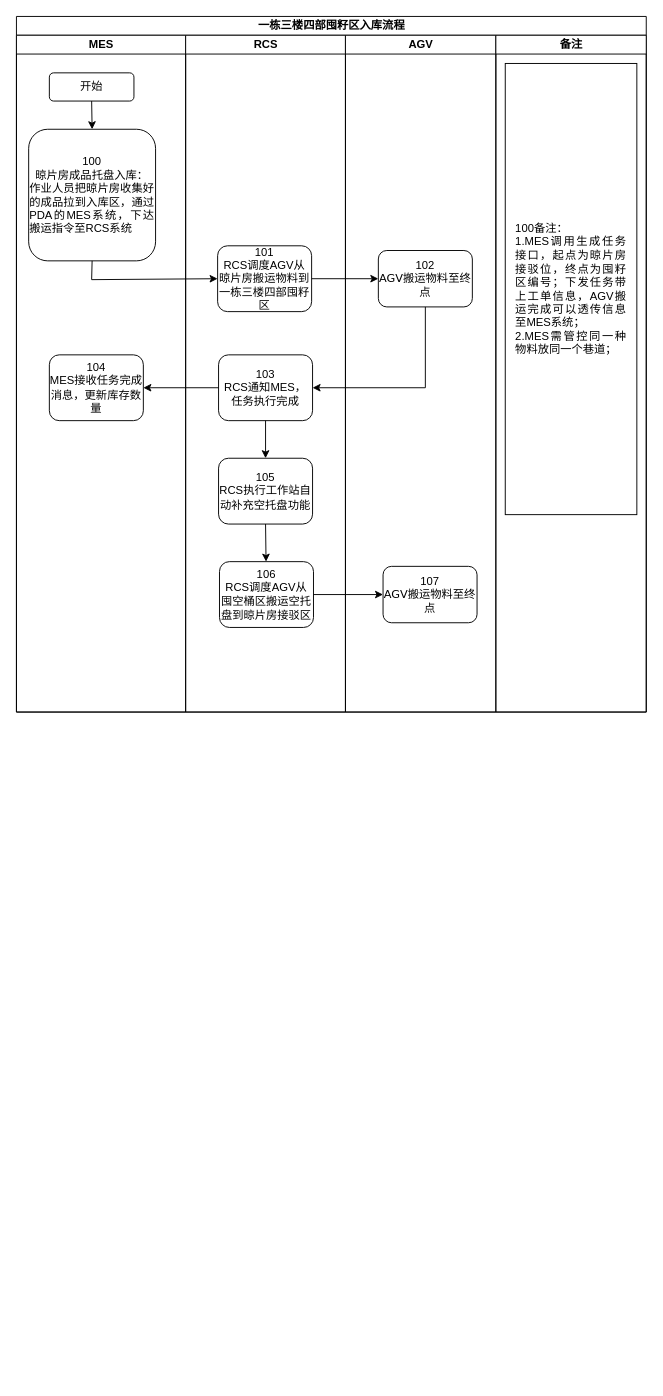
This is page "一栋三楼四部囤籽区入库流程" (8 of 18) of data/伍子醉-无MES业务流程图.drawio from chenyanxi/hosts, a draw.io file, before an edit. Source tidied: cells renumbered, new cells numbered last; positions are measured from the earlier drawing's top-left corner, leaving out a move shared by most shapes. Both pictures are drawn from the tidied source at 94%, with x=0, y=0 at pixel (16, 16).
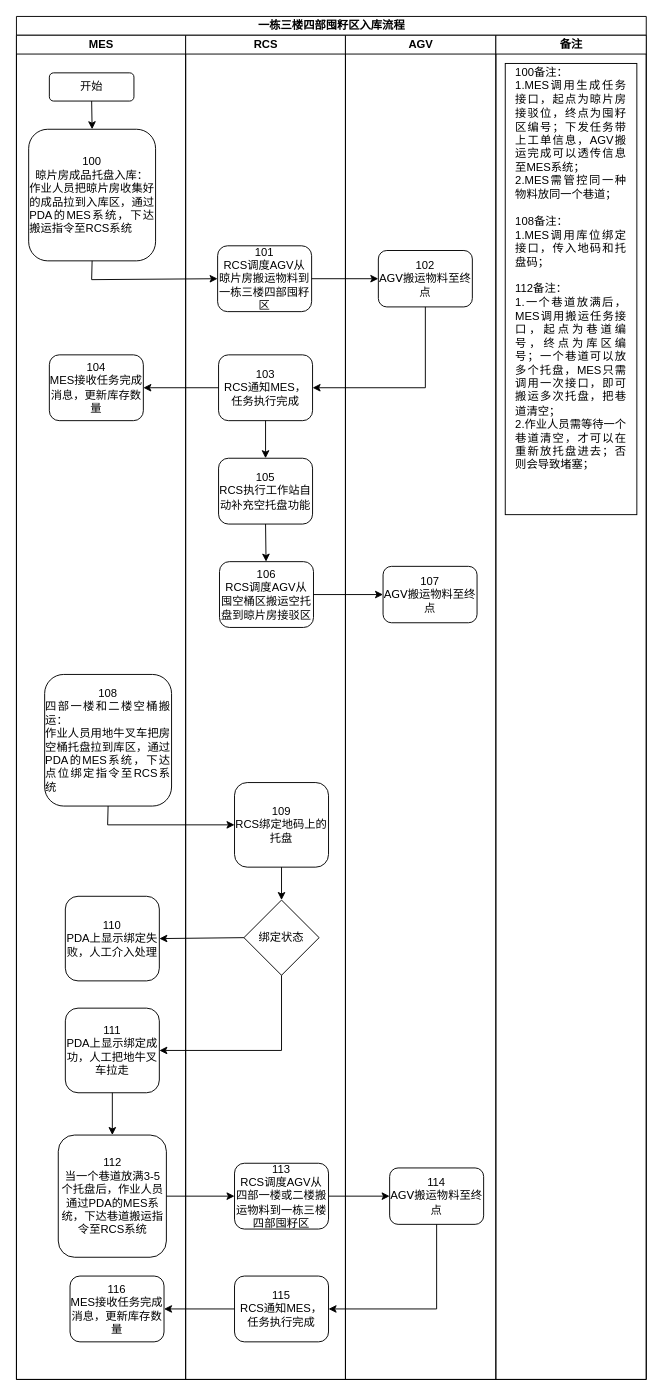
The same diagram, later.

Change to the diagram source:
```diff
@@
     <mxCell id="2" value="&lt;font style=&quot;font-size: 12px;&quot;&gt;一栋三楼四部囤籽区入库流程&lt;/font&gt;" style="swimlane;html=1;startSize=20;rounded=0;shadow=0;labelBackgroundColor=none;strokeWidth=1;fontFamily=Verdana;fontSize=8;align=center;" parent="1" vertex="1">
-      <mxGeometry width="670" height="740" as="geometry" />
+      <mxGeometry width="670" height="1450" as="geometry" />
     </mxCell>
     <mxCell id="3" value="MES" style="swimlane;html=1;startSize=20;" parent="2" vertex="1">
-      <mxGeometry y="20" width="180" height="720" as="geometry" />
+      <mxGeometry y="20" width="180" height="1430" as="geometry" />
     </mxCell>
@@
     <mxCell id="8" value="RCS" style="swimlane;html=1;startSize=20;" parent="2" vertex="1">
-      <mxGeometry x="180" y="20" width="170" height="720" as="geometry" />
+      <mxGeometry x="180" y="20" width="170" height="1430" as="geometry" />
     </mxCell>
@@
     <mxCell id="15" value="AGV" style="swimlane;html=1;startSize=20;" parent="2" vertex="1">
-      <mxGeometry x="350" y="20" width="160" height="720" as="geometry" />
+      <mxGeometry x="350" y="20" width="160" height="1430" as="geometry" />
     </mxCell>
@@
     <mxCell id="18" value="备注" style="swimlane;html=1;startSize=20;" parent="2" vertex="1">
-      <mxGeometry x="510" y="20" width="160" height="720" as="geometry" />
+      <mxGeometry x="510" y="20" width="160" height="1430" as="geometry" />
     </mxCell>
-    <mxCell id="19" value="&lt;div style=&quot;text-align: justify;&quot;&gt;&lt;div&gt;100备注：&lt;/div&gt;&lt;div&gt;1.&lt;span style=&quot;background-color: initial; text-align: center;&quot;&gt;MES调用生成任务接口，起点为晾片房接驳位，终点为囤籽区编号；下发任务带上工单信息，AGV搬运完成可以透传信息至MES系统；&lt;/span&gt;&lt;/div&gt;&lt;div&gt;2.MES需管控同一种物料放同一个巷道；&lt;/div&gt;&lt;/div&gt;" style="rounded=0;whiteSpace=wrap;html=1;spacingTop=5;spacingLeft=10;spacingBottom=5;spacingRight=10;" parent="18" vertex="1">
+    <mxCell id="19" value="&lt;div style=&quot;text-align: justify;&quot;&gt;&lt;div&gt;100备注：&lt;/div&gt;&lt;div&gt;1.&lt;span style=&quot;background-color: initial; text-align: center;&quot;&gt;MES调用生成任务接口，起点为晾片房接驳位，终点为囤籽区编号；下发任务带上工单信息，AGV搬运完成可以透传信息至MES系统；&lt;/span&gt;&lt;/div&gt;&lt;div&gt;2.MES需管控同一种物料放同一个巷道；&lt;/div&gt;&lt;div&gt;&lt;br&gt;&lt;/div&gt;&lt;div&gt;&lt;div&gt;108备注：&lt;/div&gt;&lt;div&gt;1.&lt;span style=&quot;background-color: initial; text-align: center;&quot;&gt;MES调用库位绑定接口，传入地码和托盘码；&lt;/span&gt;&lt;/div&gt;&lt;div&gt;&lt;span style=&quot;background-color: initial; text-align: center;&quot;&gt;&lt;br&gt;&lt;/span&gt;&lt;/div&gt;&lt;div&gt;&lt;span style=&quot;background-color: initial; text-align: center;&quot;&gt;112备注：&lt;/span&gt;&lt;/div&gt;&lt;div&gt;&lt;span style=&quot;background-color: initial; text-align: center;&quot;&gt;1.一个巷道放满后，MES调用搬运任务接口，起点为巷道编号，终点为库区编号；一个巷道可以放多个托盘，MES只需调用一次接口，即可搬运多次托盘，把巷道清空；&lt;/span&gt;&lt;/div&gt;&lt;div&gt;&lt;span style=&quot;background-color: initial; text-align: center;&quot;&gt;2.作业人员需等待一个巷道清空，才可以在重新放托盘进去；否则会导致堵塞；&lt;/span&gt;&lt;/div&gt;&lt;div&gt;&lt;br&gt;&lt;/div&gt;&lt;div&gt;&lt;br&gt;&lt;/div&gt;&lt;div&gt;&lt;br&gt;&lt;/div&gt;&lt;/div&gt;&lt;/div&gt;" style="rounded=0;whiteSpace=wrap;html=1;spacingTop=5;spacingLeft=10;spacingBottom=5;spacingRight=10;" parent="18" vertex="1">
       <mxGeometry x="10" y="30" width="140" height="480" as="geometry" />
     </mxCell>
@@
+    <mxCell id="25" value="&lt;div style=&quot;&quot;&gt;&lt;span style=&quot;font-size: 12px; font-family: Helvetica; background-color: initial;&quot;&gt;108&lt;/span&gt;&lt;/div&gt;&lt;font style=&quot;font-size: 12px;&quot; face=&quot;Helvetica&quot;&gt;&lt;div style=&quot;text-align: justify;&quot;&gt;&lt;span style=&quot;background-color: initial;&quot;&gt;四部一楼和二楼空桶搬运：&lt;/span&gt;&lt;/div&gt;&lt;/font&gt;&lt;div style=&quot;text-align: justify;&quot;&gt;&lt;font style=&quot;font-size: 12px;&quot; face=&quot;Helvetica&quot;&gt;作业人员用地牛叉车把房空桶托盘拉到库区，通过PDA的MES系统，&lt;/font&gt;&lt;span style=&quot;font-family: Helvetica; font-size: 12px; background-color: initial;&quot;&gt;下达点位绑定指令至RCS系统&lt;/span&gt;&lt;/div&gt;" style="rounded=1;whiteSpace=wrap;html=1;shadow=0;labelBackgroundColor=none;strokeWidth=1;fontFamily=Verdana;fontSize=8;align=center;" parent="1" vertex="1">
+      <mxGeometry x="30" y="700" width="135" height="140" as="geometry" />
+    </mxCell>
+    <mxCell id="26" value="&lt;div&gt;&lt;font face=&quot;Helvetica&quot; style=&quot;font-size: 12px;&quot;&gt;112&lt;/font&gt;&lt;/div&gt;&lt;font face=&quot;Helvetica&quot;&gt;&lt;span style=&quot;font-size: 12px;&quot;&gt;当一个巷道放满3-5个托盘后，作业人员&lt;/span&gt;&lt;/font&gt;&lt;font style=&quot;text-align: justify; font-size: 12px;&quot; face=&quot;Helvetica&quot;&gt;通过PDA的MES系统，&lt;/font&gt;&lt;span style=&quot;text-align: justify; background-color: initial; font-family: Helvetica; font-size: 12px;&quot;&gt;下达巷道搬运指令至RCS系统&lt;/span&gt;" style="rounded=1;whiteSpace=wrap;html=1;shadow=0;labelBackgroundColor=none;strokeWidth=1;fontFamily=Verdana;fontSize=8;align=center;" parent="1" vertex="1">
+      <mxGeometry x="44.5" y="1190" width="115" height="130" as="geometry" />
+    </mxCell>
+    <mxCell id="27" value="&lt;font style=&quot;font-size: 12px;&quot; face=&quot;Helvetica&quot;&gt;116&lt;/font&gt;&lt;div&gt;&lt;span style=&quot;font-family: Helvetica; font-size: 12px;&quot;&gt;MES接收任务完成消息，更新库存数量&lt;/span&gt;&lt;/div&gt;" style="rounded=1;whiteSpace=wrap;html=1;shadow=0;labelBackgroundColor=none;strokeWidth=1;fontFamily=Verdana;fontSize=8;align=center;" parent="1" vertex="1">
+      <mxGeometry x="57" y="1340" width="100" height="70" as="geometry" />
+    </mxCell>
+    <mxCell id="28" value="&lt;font style=&quot;font-size: 12px;&quot; face=&quot;Helvetica&quot;&gt;113&lt;/font&gt;&lt;div&gt;&lt;font style=&quot;font-size: 12px;&quot; face=&quot;Helvetica&quot;&gt;RCS调度AGV从四部一楼或二楼搬运物料到一栋三楼四部囤籽区&lt;/font&gt;&lt;/div&gt;" style="rounded=1;whiteSpace=wrap;html=1;shadow=0;labelBackgroundColor=none;strokeWidth=1;fontFamily=Verdana;fontSize=8;align=center;" parent="1" vertex="1">
+      <mxGeometry x="232" y="1220" width="100" height="70" as="geometry" />
+    </mxCell>
+    <mxCell id="29" value="&lt;font style=&quot;font-size: 12px;&quot; face=&quot;Helvetica&quot;&gt;115&lt;/font&gt;&lt;div&gt;&lt;font style=&quot;font-size: 12px;&quot; face=&quot;Helvetica&quot;&gt;RCS通知MES，任务执行完成&lt;/font&gt;&lt;/div&gt;" style="rounded=1;whiteSpace=wrap;html=1;shadow=0;labelBackgroundColor=none;strokeWidth=1;fontFamily=Verdana;fontSize=8;align=center;" parent="1" vertex="1">
+      <mxGeometry x="232" y="1340" width="100" height="70" as="geometry" />
+    </mxCell>
+    <mxCell id="30" value="&lt;font style=&quot;font-size: 12px;&quot; face=&quot;Helvetica&quot;&gt;114&lt;/font&gt;&lt;div&gt;&lt;font style=&quot;font-size: 12px;&quot;&gt;AGV搬运物料至终点&lt;/font&gt;&lt;/div&gt;" style="rounded=1;whiteSpace=wrap;html=1;shadow=0;labelBackgroundColor=none;strokeWidth=1;fontFamily=Verdana;fontSize=8;align=center;" parent="1" vertex="1">
+      <mxGeometry x="397" y="1225" width="100" height="60" as="geometry" />
+    </mxCell>
+    <mxCell id="31" style="endArrow=classic;html=1;rounded=0;exitX=1;exitY=0.5;exitDx=0;exitDy=0;entryX=0;entryY=0.5;entryDx=0;entryDy=0;" parent="1" edge="1" source="26" target="28">
+      <mxGeometry relative="1" as="geometry" />
+    </mxCell>
+    <mxCell id="32" style="endArrow=classic;html=1;rounded=0;exitX=1;exitY=0.5;exitDx=0;exitDy=0;entryX=0;entryY=0.5;entryDx=0;entryDy=0;" parent="1" edge="1" source="28" target="30">
+      <mxGeometry relative="1" as="geometry" />
+    </mxCell>
+    <mxCell id="33" style="endArrow=classic;html=1;rounded=0;exitX=0.5;exitY=1;exitDx=0;exitDy=0;entryX=1;entryY=0.5;entryDx=0;entryDy=0;" parent="1" edge="1" source="30" target="29">
+      <mxGeometry relative="1" as="geometry">
+        <Array as="points">
+          <mxPoint x="447" y="1375" />
+        </Array>
+      </mxGeometry>
+    </mxCell>
+    <mxCell id="34" style="endArrow=classic;html=1;rounded=0;exitX=0;exitY=0.5;exitDx=0;exitDy=0;entryX=1;entryY=0.5;entryDx=0;entryDy=0;" parent="1" edge="1" source="29" target="27">
+      <mxGeometry relative="1" as="geometry" />
+    </mxCell>
+    <mxCell id="35" value="&lt;div&gt;&lt;font face=&quot;Helvetica&quot; style=&quot;font-size: 12px;&quot;&gt;110&lt;/font&gt;&lt;/div&gt;&lt;font face=&quot;Helvetica&quot;&gt;&lt;span style=&quot;font-size: 12px;&quot;&gt;PDA上显示绑定失败，人工介入处理&lt;/span&gt;&lt;/font&gt;" style="rounded=1;whiteSpace=wrap;html=1;shadow=0;labelBackgroundColor=none;strokeWidth=1;fontFamily=Verdana;fontSize=8;align=center;" parent="1" vertex="1">
+      <mxGeometry x="52" y="936" width="100" height="90" as="geometry" />
+    </mxCell>
+    <mxCell id="36" value="&lt;div&gt;&lt;font face=&quot;Helvetica&quot; style=&quot;font-size: 12px;&quot;&gt;111&lt;/font&gt;&lt;/div&gt;&lt;font face=&quot;Helvetica&quot;&gt;&lt;span style=&quot;font-size: 12px;&quot;&gt;PDA上显示绑定成功，人工把地牛叉车拉走&lt;/span&gt;&lt;/font&gt;" style="rounded=1;whiteSpace=wrap;html=1;shadow=0;labelBackgroundColor=none;strokeWidth=1;fontFamily=Verdana;fontSize=8;align=center;" parent="1" vertex="1">
+      <mxGeometry x="52" y="1055" width="100" height="90" as="geometry" />
+    </mxCell>
+    <mxCell id="37" value="&lt;div&gt;&lt;font face=&quot;Helvetica&quot; style=&quot;font-size: 12px;&quot;&gt;109&lt;/font&gt;&lt;/div&gt;&lt;font face=&quot;Helvetica&quot;&gt;&lt;span style=&quot;font-size: 12px;&quot;&gt;RCS绑定地码上的托盘&lt;/span&gt;&lt;/font&gt;" style="rounded=1;whiteSpace=wrap;html=1;shadow=0;labelBackgroundColor=none;strokeWidth=1;fontFamily=Verdana;fontSize=8;align=center;" parent="1" vertex="1">
+      <mxGeometry x="232" y="815" width="100" height="90" as="geometry" />
+    </mxCell>
+    <mxCell id="38" value="绑定状态" style="rhombus;whiteSpace=wrap;html=1;" parent="1" vertex="1">
+      <mxGeometry x="242" y="940" width="80" height="80" as="geometry" />
+    </mxCell>
+    <mxCell id="39" style="endArrow=classic;html=1;rounded=0;entryX=1;entryY=0.5;entryDx=0;entryDy=0;exitX=0.5;exitY=1;exitDx=0;exitDy=0;" parent="1" edge="1" source="38" target="36">
+      <mxGeometry relative="1" as="geometry">
+        <Array as="points">
+          <mxPoint x="282" y="1100" />
+        </Array>
+      </mxGeometry>
+    </mxCell>
+    <mxCell id="40" style="endArrow=classic;html=1;rounded=0;exitX=0;exitY=0.5;exitDx=0;exitDy=0;entryX=1;entryY=0.5;entryDx=0;entryDy=0;" parent="1" edge="1" source="38" target="35">
+      <mxGeometry relative="1" as="geometry" />
+    </mxCell>
+    <mxCell id="41" style="endArrow=classic;html=1;rounded=0;exitX=0.5;exitY=1;exitDx=0;exitDy=0;entryX=0;entryY=0.5;entryDx=0;entryDy=0;" parent="1" edge="1" source="25" target="37">
+      <mxGeometry relative="1" as="geometry">
+        <Array as="points">
+          <mxPoint x="97" y="860" />
+        </Array>
+      </mxGeometry>
+    </mxCell>
+    <mxCell id="42" style="endArrow=classic;html=1;rounded=0;exitX=0.5;exitY=1;exitDx=0;exitDy=0;entryX=0.5;entryY=0;entryDx=0;entryDy=0;" parent="1" edge="1" source="37" target="38">
+      <mxGeometry relative="1" as="geometry" />
+    </mxCell>
+    <mxCell id="43" style="endArrow=classic;html=1;rounded=0;exitX=0.5;exitY=1;exitDx=0;exitDy=0;entryX=0.5;entryY=0;entryDx=0;entryDy=0;" parent="1" edge="1" source="36" target="26">
+      <mxGeometry relative="1" as="geometry" />
+    </mxCell>
```
